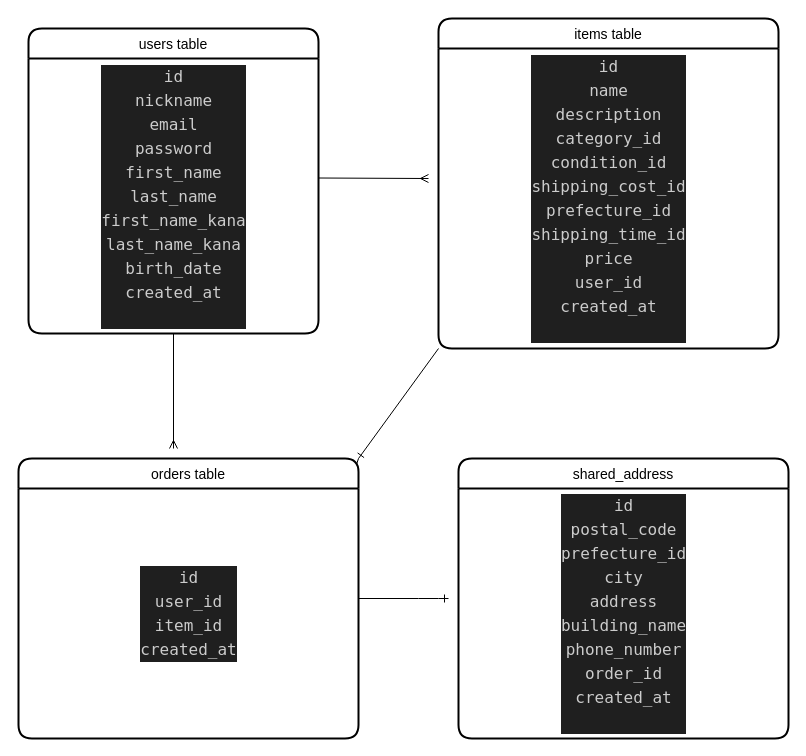
The draw.io diagram furima.dio in KozoWatanabe/furima-14735, before the edit. Source tidied: cells renumbered, new cells numbered last; positions are measured from the earlier drawing's top-left corner, leaving out a move shared by most shapes. Both pictures are drawn from the tidied source at 100%, with x=0, y=0 at pixel (18, 18).
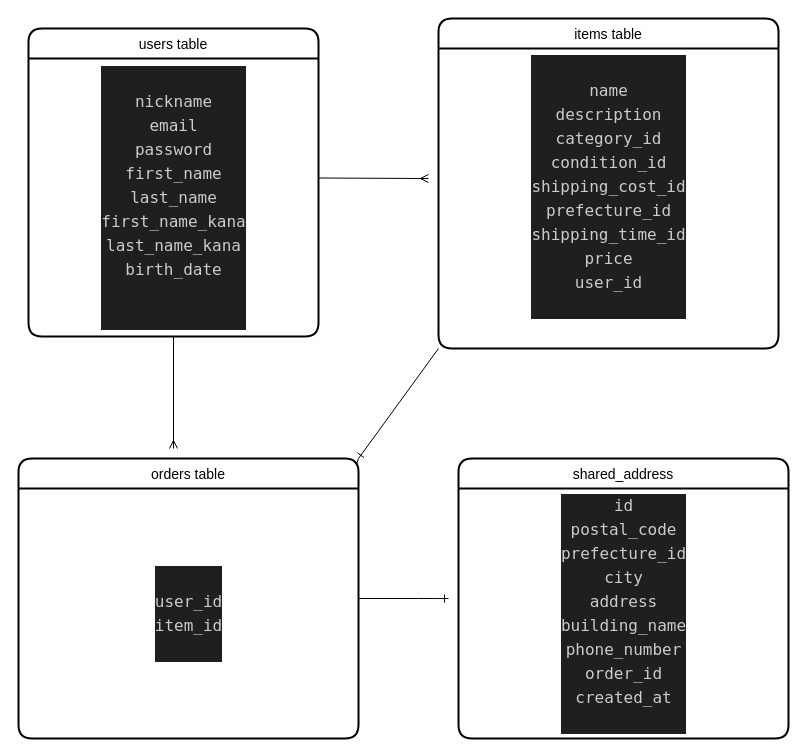
The same page after the edit.

Commit message (it also covers changes not shown here):
id, created_at カラムを各テーブルから削除

The edit, as a diff of the source:
```diff
@@
 <mxGraphModel>
   <root>
     <mxCell id="0" />
     <mxCell id="1" parent="0" />
     <mxCell id="2" value="users table" style="swimlane;horizontal=1;startSize=30;rounded=1;fontSize=14;fontStyle=0;strokeWidth=2;shadow=0;dashed=0;align=center;" parent="1" vertex="1">
-      <mxGeometry x="10" y="10" width="290" height="305" as="geometry" />
+      <mxGeometry x="10" y="10" width="290" height="308" as="geometry" />
     </mxCell>
-    <mxCell id="3" value="&lt;div style=&quot;color: rgb(204, 204, 204); background-color: rgb(31, 31, 31); font-family: Menlo, Monaco, &amp;quot;Courier New&amp;quot;, monospace; font-size: 16px; line-height: 24px;&quot;&gt;id&lt;/div&gt;&lt;div style=&quot;color: rgb(204, 204, 204); background-color: rgb(31, 31, 31); font-family: Menlo, Monaco, &amp;quot;Courier New&amp;quot;, monospace; font-size: 16px; line-height: 24px;&quot;&gt;nickname&lt;/div&gt;&lt;div style=&quot;color: rgb(204, 204, 204); background-color: rgb(31, 31, 31); font-family: Menlo, Monaco, &amp;quot;Courier New&amp;quot;, monospace; font-size: 16px; line-height: 24px;&quot;&gt;email&lt;/div&gt;&lt;div style=&quot;color: rgb(204, 204, 204); background-color: rgb(31, 31, 31); font-family: Menlo, Monaco, &amp;quot;Courier New&amp;quot;, monospace; font-size: 16px; line-height: 24px;&quot;&gt;password&lt;/div&gt;&lt;div style=&quot;color: rgb(204, 204, 204); background-color: rgb(31, 31, 31); font-family: Menlo, Monaco, &amp;quot;Courier New&amp;quot;, monospace; font-size: 16px; line-height: 24px;&quot;&gt;first_name&lt;/div&gt;&lt;div style=&quot;color: rgb(204, 204, 204); background-color: rgb(31, 31, 31); font-family: Menlo, Monaco, &amp;quot;Courier New&amp;quot;, monospace; font-size: 16px; line-height: 24px;&quot;&gt;last_name&lt;/div&gt;&lt;div style=&quot;color: rgb(204, 204, 204); background-color: rgb(31, 31, 31); font-family: Menlo, Monaco, &amp;quot;Courier New&amp;quot;, monospace; font-size: 16px; line-height: 24px;&quot;&gt;first_name_kana&lt;/div&gt;&lt;div style=&quot;color: rgb(204, 204, 204); background-color: rgb(31, 31, 31); font-family: Menlo, Monaco, &amp;quot;Courier New&amp;quot;, monospace; font-size: 16px; line-height: 24px;&quot;&gt;last_name_kana&lt;/div&gt;&lt;div style=&quot;color: rgb(204, 204, 204); background-color: rgb(31, 31, 31); font-family: Menlo, Monaco, &amp;quot;Courier New&amp;quot;, monospace; font-size: 16px; line-height: 24px;&quot;&gt;birth_date&lt;/div&gt;&lt;div style=&quot;color: rgb(204, 204, 204); background-color: rgb(31, 31, 31); font-family: Menlo, Monaco, &amp;quot;Courier New&amp;quot;, monospace; font-size: 16px; line-height: 24px;&quot;&gt;created_at&lt;/div&gt;&lt;div style=&quot;color: rgb(204, 204, 204); background-color: rgb(31, 31, 31); font-family: Menlo, Monaco, &amp;quot;Courier New&amp;quot;, monospace; font-size: 16px; line-height: 24px;&quot;&gt;&lt;br&gt;&lt;/div&gt;" style="text;html=1;align=center;verticalAlign=middle;points=[];strokeColor=none;fillColor=none;" parent="2" vertex="1">
-      <mxGeometry y="30" width="290" height="275" as="geometry" />
+    <mxCell id="3" value="&lt;div style=&quot;color: rgb(204, 204, 204); background-color: rgb(31, 31, 31); font-family: Menlo, Monaco, &amp;quot;Courier New&amp;quot;, monospace; font-size: 16px; line-height: 24px;&quot;&gt;&lt;br&gt;&lt;/div&gt;&lt;div style=&quot;color: rgb(204, 204, 204); background-color: rgb(31, 31, 31); font-family: Menlo, Monaco, &amp;quot;Courier New&amp;quot;, monospace; font-size: 16px; line-height: 24px;&quot;&gt;nickname&lt;/div&gt;&lt;div style=&quot;color: rgb(204, 204, 204); background-color: rgb(31, 31, 31); font-family: Menlo, Monaco, &amp;quot;Courier New&amp;quot;, monospace; font-size: 16px; line-height: 24px;&quot;&gt;email&lt;/div&gt;&lt;div style=&quot;color: rgb(204, 204, 204); background-color: rgb(31, 31, 31); font-family: Menlo, Monaco, &amp;quot;Courier New&amp;quot;, monospace; font-size: 16px; line-height: 24px;&quot;&gt;password&lt;/div&gt;&lt;div style=&quot;color: rgb(204, 204, 204); background-color: rgb(31, 31, 31); font-family: Menlo, Monaco, &amp;quot;Courier New&amp;quot;, monospace; font-size: 16px; line-height: 24px;&quot;&gt;first_name&lt;/div&gt;&lt;div style=&quot;color: rgb(204, 204, 204); background-color: rgb(31, 31, 31); font-family: Menlo, Monaco, &amp;quot;Courier New&amp;quot;, monospace; font-size: 16px; line-height: 24px;&quot;&gt;last_name&lt;/div&gt;&lt;div style=&quot;color: rgb(204, 204, 204); background-color: rgb(31, 31, 31); font-family: Menlo, Monaco, &amp;quot;Courier New&amp;quot;, monospace; font-size: 16px; line-height: 24px;&quot;&gt;first_name_kana&lt;/div&gt;&lt;div style=&quot;color: rgb(204, 204, 204); background-color: rgb(31, 31, 31); font-family: Menlo, Monaco, &amp;quot;Courier New&amp;quot;, monospace; font-size: 16px; line-height: 24px;&quot;&gt;last_name_kana&lt;/div&gt;&lt;div style=&quot;color: rgb(204, 204, 204); background-color: rgb(31, 31, 31); font-family: Menlo, Monaco, &amp;quot;Courier New&amp;quot;, monospace; font-size: 16px; line-height: 24px;&quot;&gt;birth_date&lt;/div&gt;&lt;div style=&quot;color: rgb(204, 204, 204); background-color: rgb(31, 31, 31); font-family: Menlo, Monaco, &amp;quot;Courier New&amp;quot;, monospace; font-size: 16px; line-height: 24px;&quot;&gt;&lt;br&gt;&lt;/div&gt;&lt;div style=&quot;color: rgb(204, 204, 204); background-color: rgb(31, 31, 31); font-family: Menlo, Monaco, &amp;quot;Courier New&amp;quot;, monospace; font-size: 16px; line-height: 24px;&quot;&gt;&lt;br&gt;&lt;/div&gt;" style="text;html=1;align=center;verticalAlign=middle;points=[];strokeColor=none;fillColor=none;" parent="2" vertex="1">
+      <mxGeometry y="30" width="290" height="278" as="geometry" />
     </mxCell>
     <mxCell id="4" style="edgeStyle=none;html=1;exitX=0;exitY=1;exitDx=0;exitDy=0;entryX=1;entryY=0;entryDx=0;entryDy=0;endArrow=ERone;endFill=0;" parent="1" edge="1" source="5" target="9">
       <mxGeometry relative="1" as="geometry" />
     </mxCell>
     <mxCell id="5" value="items table" style="swimlane;horizontal=1;startSize=30;rounded=1;fontSize=14;fontStyle=0;strokeWidth=2;shadow=0;dashed=0;align=center;fontFamily=Helvetica;" parent="1" vertex="1">
       <mxGeometry x="420" width="340" height="330" as="geometry" />
     </mxCell>
-    <mxCell id="6" value="&lt;font style=&quot;font-size: 20px;&quot;&gt;&lt;div style=&quot;color: rgb(204, 204, 204); background-color: rgb(31, 31, 31); font-family: Menlo, Monaco, &amp;quot;Courier New&amp;quot;, monospace; font-size: 16px; line-height: 24px;&quot;&gt;id&lt;/div&gt;&lt;div style=&quot;color: rgb(204, 204, 204); background-color: rgb(31, 31, 31); font-family: Menlo, Monaco, &amp;quot;Courier New&amp;quot;, monospace; font-size: 16px; line-height: 24px;&quot;&gt;name&lt;/div&gt;&lt;div style=&quot;color: rgb(204, 204, 204); background-color: rgb(31, 31, 31); font-family: Menlo, Monaco, &amp;quot;Courier New&amp;quot;, monospace; font-size: 16px; line-height: 24px;&quot;&gt;description&lt;/div&gt;&lt;div style=&quot;color: rgb(204, 204, 204); background-color: rgb(31, 31, 31); font-family: Menlo, Monaco, &amp;quot;Courier New&amp;quot;, monospace; font-size: 16px; line-height: 24px;&quot;&gt;category_id&lt;/div&gt;&lt;div style=&quot;color: rgb(204, 204, 204); background-color: rgb(31, 31, 31); font-family: Menlo, Monaco, &amp;quot;Courier New&amp;quot;, monospace; font-size: 16px; line-height: 24px;&quot;&gt;condition_id&lt;/div&gt;&lt;div style=&quot;color: rgb(204, 204, 204); background-color: rgb(31, 31, 31); font-family: Menlo, Monaco, &amp;quot;Courier New&amp;quot;, monospace; font-size: 16px; line-height: 24px;&quot;&gt;shipping_cost_id&lt;/div&gt;&lt;div style=&quot;color: rgb(204, 204, 204); background-color: rgb(31, 31, 31); font-family: Menlo, Monaco, &amp;quot;Courier New&amp;quot;, monospace; font-size: 16px; line-height: 24px;&quot;&gt;prefecture_id&lt;/div&gt;&lt;div style=&quot;color: rgb(204, 204, 204); background-color: rgb(31, 31, 31); font-family: Menlo, Monaco, &amp;quot;Courier New&amp;quot;, monospace; font-size: 16px; line-height: 24px;&quot;&gt;shipping_time_id&lt;/div&gt;&lt;div style=&quot;color: rgb(204, 204, 204); background-color: rgb(31, 31, 31); font-family: Menlo, Monaco, &amp;quot;Courier New&amp;quot;, monospace; font-size: 16px; line-height: 24px;&quot;&gt;price&lt;/div&gt;&lt;div style=&quot;color: rgb(204, 204, 204); background-color: rgb(31, 31, 31); font-family: Menlo, Monaco, &amp;quot;Courier New&amp;quot;, monospace; font-size: 16px; line-height: 24px;&quot;&gt;user_id&lt;/div&gt;&lt;div style=&quot;color: rgb(204, 204, 204); background-color: rgb(31, 31, 31); font-family: Menlo, Monaco, &amp;quot;Courier New&amp;quot;, monospace; font-size: 16px; line-height: 24px;&quot;&gt;created_at&lt;/div&gt;&lt;div style=&quot;color: rgb(204, 204, 204); background-color: rgb(31, 31, 31); font-family: Menlo, Monaco, &amp;quot;Courier New&amp;quot;, monospace; font-size: 16px; line-height: 24px;&quot;&gt;&lt;br&gt;&lt;/div&gt;&lt;/font&gt;" style="text;html=1;align=center;verticalAlign=top;strokeColor=none;fillColor=none;fontSize=20;fontFamily=Tahoma;" parent="5" vertex="1">
+    <mxCell id="6" value="&lt;font style=&quot;font-size: 20px;&quot;&gt;&lt;div style=&quot;color: rgb(204, 204, 204); background-color: rgb(31, 31, 31); font-family: Menlo, Monaco, &amp;quot;Courier New&amp;quot;, monospace; font-size: 16px; line-height: 24px;&quot;&gt;&lt;br&gt;&lt;/div&gt;&lt;div style=&quot;color: rgb(204, 204, 204); background-color: rgb(31, 31, 31); font-family: Menlo, Monaco, &amp;quot;Courier New&amp;quot;, monospace; font-size: 16px; line-height: 24px;&quot;&gt;name&lt;/div&gt;&lt;div style=&quot;color: rgb(204, 204, 204); background-color: rgb(31, 31, 31); font-family: Menlo, Monaco, &amp;quot;Courier New&amp;quot;, monospace; font-size: 16px; line-height: 24px;&quot;&gt;description&lt;/div&gt;&lt;div style=&quot;color: rgb(204, 204, 204); background-color: rgb(31, 31, 31); font-family: Menlo, Monaco, &amp;quot;Courier New&amp;quot;, monospace; font-size: 16px; line-height: 24px;&quot;&gt;category_id&lt;/div&gt;&lt;div style=&quot;color: rgb(204, 204, 204); background-color: rgb(31, 31, 31); font-family: Menlo, Monaco, &amp;quot;Courier New&amp;quot;, monospace; font-size: 16px; line-height: 24px;&quot;&gt;condition_id&lt;/div&gt;&lt;div style=&quot;color: rgb(204, 204, 204); background-color: rgb(31, 31, 31); font-family: Menlo, Monaco, &amp;quot;Courier New&amp;quot;, monospace; font-size: 16px; line-height: 24px;&quot;&gt;shipping_cost_id&lt;/div&gt;&lt;div style=&quot;color: rgb(204, 204, 204); background-color: rgb(31, 31, 31); font-family: Menlo, Monaco, &amp;quot;Courier New&amp;quot;, monospace; font-size: 16px; line-height: 24px;&quot;&gt;prefecture_id&lt;/div&gt;&lt;div style=&quot;color: rgb(204, 204, 204); background-color: rgb(31, 31, 31); font-family: Menlo, Monaco, &amp;quot;Courier New&amp;quot;, monospace; font-size: 16px; line-height: 24px;&quot;&gt;shipping_time_id&lt;/div&gt;&lt;div style=&quot;color: rgb(204, 204, 204); background-color: rgb(31, 31, 31); font-family: Menlo, Monaco, &amp;quot;Courier New&amp;quot;, monospace; font-size: 16px; line-height: 24px;&quot;&gt;price&lt;/div&gt;&lt;div style=&quot;color: rgb(204, 204, 204); background-color: rgb(31, 31, 31); font-family: Menlo, Monaco, &amp;quot;Courier New&amp;quot;, monospace; font-size: 16px; line-height: 24px;&quot;&gt;user_id&lt;/div&gt;&lt;div style=&quot;color: rgb(204, 204, 204); background-color: rgb(31, 31, 31); font-family: Menlo, Monaco, &amp;quot;Courier New&amp;quot;, monospace; font-size: 16px; line-height: 24px;&quot;&gt;&lt;br&gt;&lt;/div&gt;&lt;/font&gt;" style="text;html=1;align=center;verticalAlign=top;strokeColor=none;fillColor=none;fontSize=20;fontFamily=Tahoma;" parent="5" vertex="1">
       <mxGeometry y="30" width="340" height="300" as="geometry" />
     </mxCell>
     <mxCell id="7" style="edgeStyle=none;html=1;exitX=1;exitY=0.5;exitDx=0;exitDy=0;endArrow=ERone;endFill=0;" parent="1" edge="1" source="9">
       <mxGeometry relative="1" as="geometry">
         <mxPoint x="430" y="580" as="targetPoint" />
         <Array as="points">
           <mxPoint x="410" y="580" />
         </Array>
       </mxGeometry>
     </mxCell>
     <mxCell id="8" style="edgeStyle=none;html=1;exitX=1;exitY=0;exitDx=0;exitDy=0;endArrow=ERone;endFill=0;" parent="1" edge="1" source="9">
       <mxGeometry relative="1" as="geometry">
         <mxPoint x="330" y="470" as="targetPoint" />
       </mxGeometry>
     </mxCell>
     <mxCell id="9" value="orders table" style="swimlane;horizontal=1;startSize=30;rounded=1;fontSize=14;fontStyle=0;strokeWidth=2;shadow=0;dashed=0;align=center;" parent="1" vertex="1">
       <mxGeometry y="440" width="340" height="280" as="geometry" />
     </mxCell>
-    <mxCell id="10" value="&lt;div style=&quot;color: rgb(204, 204, 204); background-color: rgb(31, 31, 31); font-family: Menlo, Monaco, &amp;quot;Courier New&amp;quot;, monospace; font-size: 16px; line-height: 24px;&quot;&gt;id&lt;/div&gt;&lt;div style=&quot;color: rgb(204, 204, 204); background-color: rgb(31, 31, 31); font-family: Menlo, Monaco, &amp;quot;Courier New&amp;quot;, monospace; font-size: 16px; line-height: 24px;&quot;&gt;user_id&lt;/div&gt;&lt;div style=&quot;color: rgb(204, 204, 204); background-color: rgb(31, 31, 31); font-family: Menlo, Monaco, &amp;quot;Courier New&amp;quot;, monospace; font-size: 16px; line-height: 24px;&quot;&gt;item_id&lt;/div&gt;&lt;div style=&quot;color: rgb(204, 204, 204); background-color: rgb(31, 31, 31); font-family: Menlo, Monaco, &amp;quot;Courier New&amp;quot;, monospace; font-size: 16px; line-height: 24px;&quot;&gt;created_at&lt;/div&gt;" style="text;html=1;align=center;verticalAlign=middle;strokeColor=none;fillColor=none;fontSize=20;fontFamily=Tahoma;" parent="9" vertex="1">
+    <mxCell id="10" value="&lt;div style=&quot;color: rgb(204, 204, 204); background-color: rgb(31, 31, 31); font-family: Menlo, Monaco, &amp;quot;Courier New&amp;quot;, monospace; font-size: 16px; line-height: 24px;&quot;&gt;&lt;br&gt;&lt;/div&gt;&lt;div style=&quot;color: rgb(204, 204, 204); background-color: rgb(31, 31, 31); font-family: Menlo, Monaco, &amp;quot;Courier New&amp;quot;, monospace; font-size: 16px; line-height: 24px;&quot;&gt;user_id&lt;/div&gt;&lt;div style=&quot;color: rgb(204, 204, 204); background-color: rgb(31, 31, 31); font-family: Menlo, Monaco, &amp;quot;Courier New&amp;quot;, monospace; font-size: 16px; line-height: 24px;&quot;&gt;item_id&lt;/div&gt;&lt;div style=&quot;color: rgb(204, 204, 204); background-color: rgb(31, 31, 31); font-family: Menlo, Monaco, &amp;quot;Courier New&amp;quot;, monospace; font-size: 16px; line-height: 24px;&quot;&gt;&lt;br&gt;&lt;/div&gt;" style="text;html=1;align=center;verticalAlign=middle;strokeColor=none;fillColor=none;fontSize=20;fontFamily=Tahoma;" parent="9" vertex="1">
       <mxGeometry y="30" width="340" height="250" as="geometry" />
     </mxCell>
     <mxCell id="11" value="shared_address" style="swimlane;horizontal=1;startSize=30;rounded=1;fontSize=14;fontStyle=0;strokeWidth=2;shadow=0;dashed=0;align=center;" parent="1" vertex="1">
       <mxGeometry x="440" y="440" width="330" height="280" as="geometry" />
     </mxCell>
     <mxCell id="12" value="&lt;div style=&quot;color: rgb(204, 204, 204); background-color: rgb(31, 31, 31); font-family: Menlo, Monaco, &amp;quot;Courier New&amp;quot;, monospace; font-size: 16px; line-height: 24px;&quot;&gt;id&lt;/div&gt;&lt;div style=&quot;color: rgb(204, 204, 204); background-color: rgb(31, 31, 31); font-family: Menlo, Monaco, &amp;quot;Courier New&amp;quot;, monospace; font-size: 16px; line-height: 24px;&quot;&gt;postal_code&lt;/div&gt;&lt;div style=&quot;color: rgb(204, 204, 204); background-color: rgb(31, 31, 31); font-family: Menlo, Monaco, &amp;quot;Courier New&amp;quot;, monospace; font-size: 16px; line-height: 24px;&quot;&gt;prefecture_id&lt;/div&gt;&lt;div style=&quot;color: rgb(204, 204, 204); background-color: rgb(31, 31, 31); font-family: Menlo, Monaco, &amp;quot;Courier New&amp;quot;, monospace; font-size: 16px; line-height: 24px;&quot;&gt;city&lt;/div&gt;&lt;div style=&quot;color: rgb(204, 204, 204); background-color: rgb(31, 31, 31); font-family: Menlo, Monaco, &amp;quot;Courier New&amp;quot;, monospace; font-size: 16px; line-height: 24px;&quot;&gt;address&lt;/div&gt;&lt;div style=&quot;color: rgb(204, 204, 204); background-color: rgb(31, 31, 31); font-family: Menlo, Monaco, &amp;quot;Courier New&amp;quot;, monospace; font-size: 16px; line-height: 24px;&quot;&gt;building_name&lt;/div&gt;&lt;div style=&quot;color: rgb(204, 204, 204); background-color: rgb(31, 31, 31); font-family: Menlo, Monaco, &amp;quot;Courier New&amp;quot;, monospace; font-size: 16px; line-height: 24px;&quot;&gt;phone_number&lt;/div&gt;&lt;div style=&quot;color: rgb(204, 204, 204); background-color: rgb(31, 31, 31); font-family: Menlo, Monaco, &amp;quot;Courier New&amp;quot;, monospace; font-size: 16px; line-height: 24px;&quot;&gt;order_id&lt;/div&gt;&lt;div style=&quot;color: rgb(204, 204, 204); background-color: rgb(31, 31, 31); font-family: Menlo, Monaco, &amp;quot;Courier New&amp;quot;, monospace; font-size: 16px; line-height: 24px;&quot;&gt;created_at&lt;/div&gt;&lt;div style=&quot;color: rgb(204, 204, 204); background-color: rgb(31, 31, 31); font-family: Menlo, Monaco, &amp;quot;Courier New&amp;quot;, monospace; font-size: 16px; line-height: 24px;&quot;&gt;&lt;br&gt;&lt;/div&gt;" style="text;html=1;align=center;verticalAlign=middle;strokeColor=none;fillColor=none;fontSize=20;fontFamily=Tahoma;" parent="11" vertex="1">
       <mxGeometry y="30" width="330" height="250" as="geometry" />
     </mxCell>
     <mxCell id="13" style="edgeStyle=none;html=1;endArrow=ERmany;endFill=0;" parent="1" edge="1">
       <mxGeometry relative="1" as="geometry">
         <mxPoint x="300" y="159.5" as="sourcePoint" />
         <mxPoint x="410" y="160" as="targetPoint" />
       </mxGeometry>
     </mxCell>
     <mxCell id="14" value="&lt;div style=&quot;color: rgb(204, 204, 204); background-color: rgb(31, 31, 31); font-family: Menlo, Monaco, &amp;quot;Courier New&amp;quot;, monospace; font-weight: normal; font-size: 16px; line-height: 24px;&quot;&gt;&lt;br&gt;&lt;/div&gt;&lt;div style=&quot;color: rgb(204, 204, 204); background-color: rgb(31, 31, 31); font-family: Menlo, Monaco, &amp;quot;Courier New&amp;quot;, monospace; font-weight: normal; font-size: 16px; line-height: 24px;&quot;&gt;&lt;br&gt;&lt;/div&gt;" style="text;html=1;align=left;verticalAlign=middle;strokeColor=none;fillColor=none;" parent="1" vertex="1">
       <mxGeometry x="90" y="240" width="20" height="60" as="geometry" />
     </mxCell>
     <mxCell id="15" style="edgeStyle=none;html=1;endArrow=ERmany;endFill=0;" parent="1" edge="1" source="3">
       <mxGeometry relative="1" as="geometry">
         <mxPoint x="155" y="430" as="targetPoint" />
       </mxGeometry>
     </mxCell>
   </root>
 </mxGraphModel>
```
